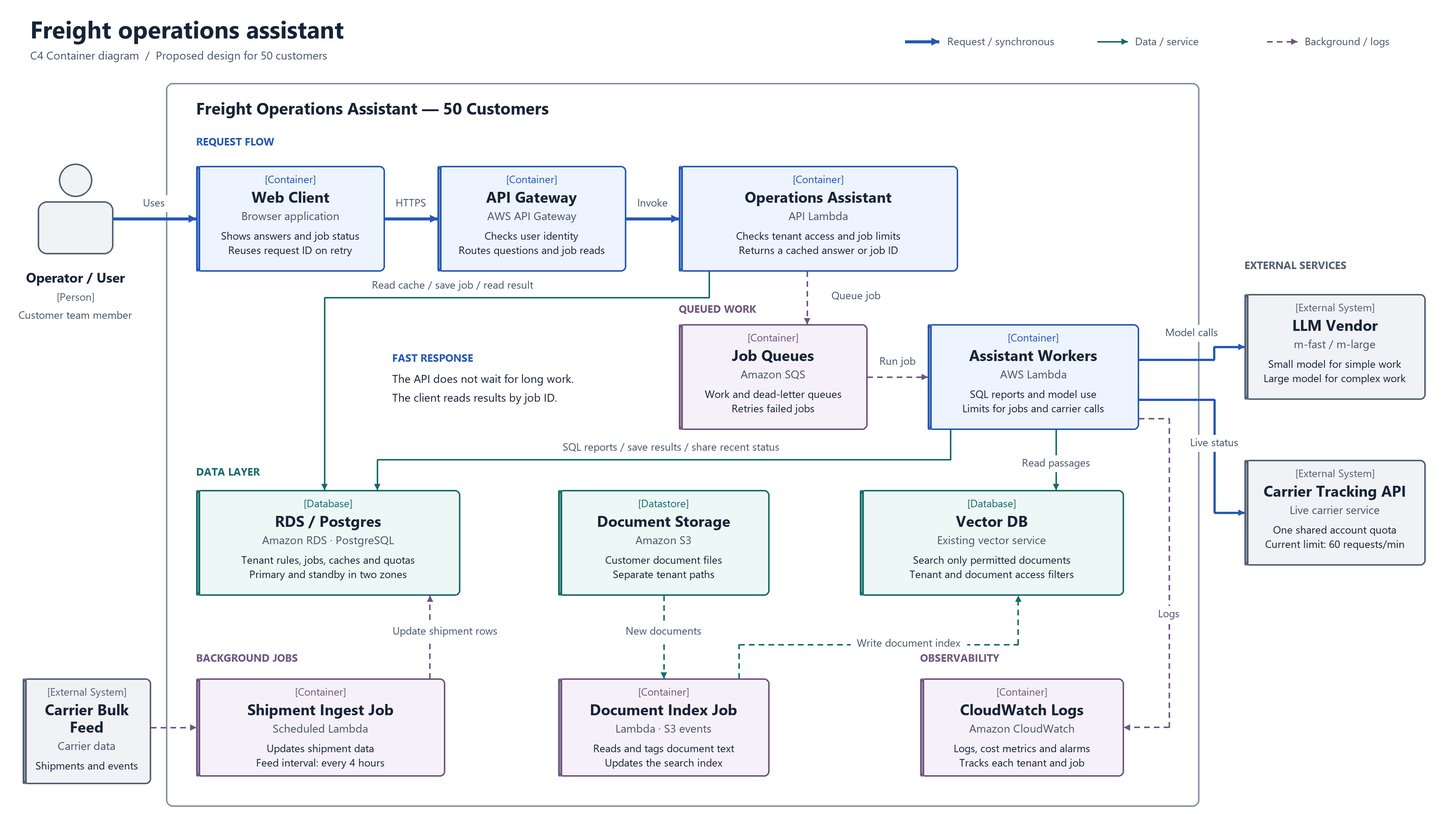
This is poc/architecture-50.png from humandotlearning/fifty-tenants-portcast-senior-mle-assignment, a Mermaid export, as it was before one commit. Its source is kept beside it as poc/architecture-50.mmd. Its diagram source:
```mermaid
C4Container
    title Freight operations assistant — Proposed design for 50 customers
    Person(operator, "Operator / User", "Customer team member")

    System_Boundary(system, "Freight Operations Assistant — 50 Customers") {
        Container(web, "Web Client", "Browser application", "Shows answers and job status; reuses request ID on retry")
        Container(gateway, "API Gateway", "AWS API Gateway", "Checks user identity; routes questions and job reads")
        Container(api, "Operations Assistant", "API Lambda", "Checks tenant access and job limits; returns answer or job ID")
        Container(queue, "Job Queues", "Amazon SQS", "Work queue and dead-letter queue; retries failed jobs")
        Container(worker, "Assistant Workers", "AWS Lambda", "SQL reports and model use; limits for jobs and carrier calls")
        ContainerDb(postgres, "RDS / Postgres", "Amazon RDS / PostgreSQL", "Tenant rules, jobs, caches and quotas; primary and standby in two zones")
        ContainerDb(s3, "Document Storage", "Amazon S3", "Customer document files; separate tenant paths")
        ContainerDb(vector, "Vector DB", "Existing vector service", "Search only permitted documents; tenant and document access filters")
        Container(ingest, "Shipment Ingest Job", "Scheduled Lambda", "Updates shipment data; feed interval every 4 hours")
        Container(indexer, "Document Index Job", "Lambda / S3 events", "Reads and tags document text; updates the search index")
        Container(logs, "CloudWatch Logs", "Amazon CloudWatch", "Logs, cost metrics and alarms; tracks each tenant and job")
    }

    System_Ext(llm, "LLM Vendor", "m-fast for simple work; m-large for complex work")
    System_Ext(carrier, "Carrier Tracking API", "One shared account quota; current limit 60 requests/minute")
    System_Ext(feed, "Carrier Bulk Feed", "Shipment and event data")

    Rel_R(operator, web, "Uses")
    Rel_R(web, gateway, "Questions and job reads", "HTTPS")
    Rel_R(gateway, api, "Invoke with user identity")
    Rel_D(api, postgres, "Read cache; save job; read result", "SQL")
    Rel_D(api, queue, "Queue job")
    Rel_R(queue, worker, "Run job")
    Rel_R(worker, llm, "Model calls", "Vendor SDK")
    Rel_R(worker, carrier, "Live status within the account quota", "HTTPS")
    Rel_D(worker, postgres, "SQL reports; save results; share recent status", "SQL")
    Rel_D(worker, vector, "Read permitted passages")
    Rel_R(feed, ingest, "Bulk shipment data")
    Rel_U(ingest, postgres, "Update shipment rows", "SQL")
    Rel_D(s3, indexer, "New documents")
    Rel_U(indexer, vector, "Write document index")
    Rel_D(worker, logs, "Job logs, metrics and alarms")

    UpdateElementStyle(operator, $bgColor="#f0f2f5", $fontColor="#172337", $borderColor="#526070")
    UpdateElementStyle(web, $bgColor="#edf3ff", $fontColor="#172337", $borderColor="#2458b5")
    UpdateElementStyle(gateway, $bgColor="#edf3ff", $fontColor="#172337", $borderColor="#2458b5")
    UpdateElementStyle(api, $bgColor="#edf3ff", $fontColor="#172337", $borderColor="#2458b5")
    UpdateElementStyle(worker, $bgColor="#edf3ff", $fontColor="#172337", $borderColor="#2458b5")
    UpdateElementStyle(postgres, $bgColor="#edf8f6", $fontColor="#172337", $borderColor="#166b69")
    UpdateElementStyle(s3, $bgColor="#edf8f6", $fontColor="#172337", $borderColor="#166b69")
    UpdateElementStyle(vector, $bgColor="#edf8f6", $fontColor="#172337", $borderColor="#166b69")
    UpdateElementStyle(queue, $bgColor="#f6f1f8", $fontColor="#172337", $borderColor="#705580")
    UpdateElementStyle(ingest, $bgColor="#f6f1f8", $fontColor="#172337", $borderColor="#705580")
    UpdateElementStyle(indexer, $bgColor="#f6f1f8", $fontColor="#172337", $borderColor="#705580")
    UpdateElementStyle(logs, $bgColor="#f6f1f8", $fontColor="#172337", $borderColor="#705580")
    UpdateElementStyle(llm, $bgColor="#f0f2f5", $fontColor="#172337", $borderColor="#526070")
    UpdateElementStyle(carrier, $bgColor="#f0f2f5", $fontColor="#172337", $borderColor="#526070")
    UpdateElementStyle(feed, $bgColor="#f0f2f5", $fontColor="#172337", $borderColor="#526070")
```
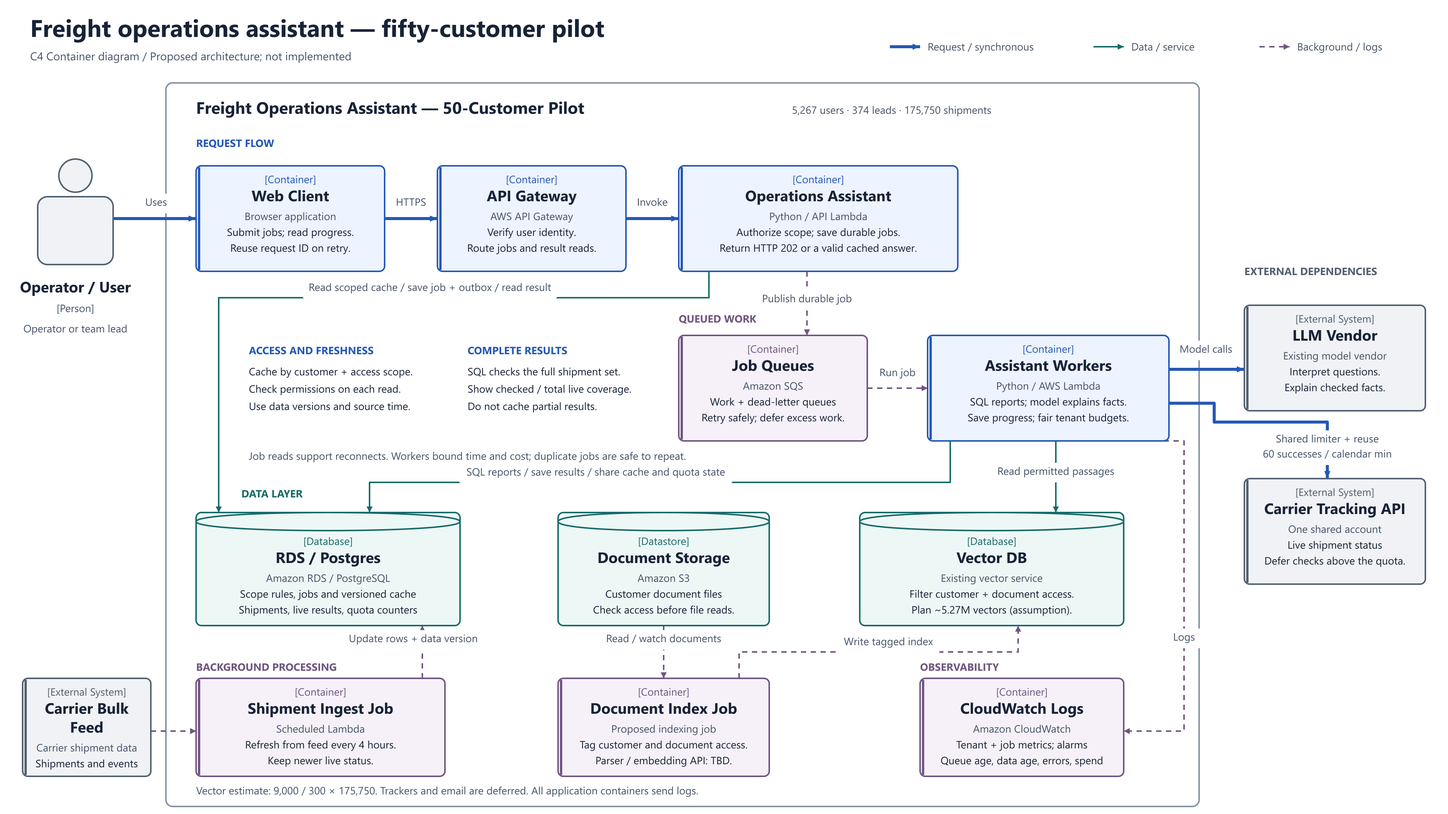
After the change.

The edit, as a diff of the source:
```diff
@@ -1,40 +1,41 @@
 C4Container
-    title Freight operations assistant — Proposed design for 50 customers
-    Person(operator, "Operator / User", "Customer team member")
+    title Freight operations assistant — Proposed fifty-customer pilot; not implemented
+    Person(operator, "Operator / User", "Operator or team lead")
 
-    System_Boundary(system, "Freight Operations Assistant — 50 Customers") {
-        Container(web, "Web Client", "Browser application", "Shows answers and job status; reuses request ID on retry")
-        Container(gateway, "API Gateway", "AWS API Gateway", "Checks user identity; routes questions and job reads")
-        Container(api, "Operations Assistant", "API Lambda", "Checks tenant access and job limits; returns answer or job ID")
-        Container(queue, "Job Queues", "Amazon SQS", "Work queue and dead-letter queue; retries failed jobs")
-        Container(worker, "Assistant Workers", "AWS Lambda", "SQL reports and model use; limits for jobs and carrier calls")
-        ContainerDb(postgres, "RDS / Postgres", "Amazon RDS / PostgreSQL", "Tenant rules, jobs, caches and quotas; primary and standby in two zones")
-        ContainerDb(s3, "Document Storage", "Amazon S3", "Customer document files; separate tenant paths")
-        ContainerDb(vector, "Vector DB", "Existing vector service", "Search only permitted documents; tenant and document access filters")
-        Container(ingest, "Shipment Ingest Job", "Scheduled Lambda", "Updates shipment data; feed interval every 4 hours")
-        Container(indexer, "Document Index Job", "Lambda / S3 events", "Reads and tags document text; updates the search index")
-        Container(logs, "CloudWatch Logs", "Amazon CloudWatch", "Logs, cost metrics and alarms; tracks each tenant and job")
+    System_Boundary(system, "Freight Operations Assistant — 50-Customer Pilot") {
+        Container(web, "Web Client", "Browser application", "Submits jobs and reads progress; reuses request ID on retry")
+        Container(gateway, "API Gateway", "AWS API Gateway", "Verifies user identity; routes jobs and result reads")
+        Container(api, "Operations Assistant", "Python / API Lambda", "Authorizes scope; saves durable jobs; returns HTTP 202 or a valid cached answer")
+        Container(queue, "Job Queues", "Amazon SQS", "Work and dead-letter queues; safe retries and deferred work")
+        Container(worker, "Assistant Workers", "Python / AWS Lambda", "Computes full SQL reports; model explains facts; saves progress and applies fair budgets")
+        ContainerDb(postgres, "RDS / Postgres", "Amazon RDS / PostgreSQL", "Scope rules, jobs, versioned cache, shipments, live results and shared quota counters")
+        ContainerDb(s3, "Document Storage", "Amazon S3", "Customer document files; access checks before file reads")
+        ContainerDb(vector, "Vector DB", "Existing vector service", "Customer and document access filters; capacity plan about 5.27M vectors, assuming pilot ratio")
+        Container(ingest, "Shipment Ingest Job", "Scheduled Lambda", "Refreshes from feed every 4 hours; preserves newer live status")
+        Container(indexer, "Document Index Job", "Proposed indexing job", "Tags customer and document access; parser and embedding API unspecified")
+        Container(logs, "CloudWatch Logs", "Amazon CloudWatch", "Tenant and job metrics; queue age, data age, errors, spend and alarms")
     }
 
-    System_Ext(llm, "LLM Vendor", "m-fast for simple work; m-large for complex work")
-    System_Ext(carrier, "Carrier Tracking API", "One shared account quota; current limit 60 requests/minute")
+    System_Ext(llm, "LLM Vendor", "Existing model vendor; interprets questions and explains checked facts")
+    System_Ext(carrier, "Carrier Tracking API", "One shared account; 60 successful calls per calendar minute")
     System_Ext(feed, "Carrier Bulk Feed", "Shipment and event data")
 
     Rel_R(operator, web, "Uses")
-    Rel_R(web, gateway, "Questions and job reads", "HTTPS")
+    Rel_R(web, gateway, "Questions, progress and result reads", "HTTPS")
     Rel_R(gateway, api, "Invoke with user identity")
-    Rel_D(api, postgres, "Read cache; save job; read result", "SQL")
-    Rel_D(api, queue, "Queue job")
+    Rel_D(api, postgres, "Read scoped cache; save job and outbox; read result", "SQL")
+    Rel_D(api, queue, "Publish durable job; retry pending outbox rows")
     Rel_R(queue, worker, "Run job")
     Rel_R(worker, llm, "Model calls", "Vendor SDK")
-    Rel_R(worker, carrier, "Live status within the account quota", "HTTPS")
-    Rel_D(worker, postgres, "SQL reports; save results; share recent status", "SQL")
+    Rel_R(worker, carrier, "Shared limiter and reuse; defer checks above the quota", "HTTPS")
+    Rel_D(worker, postgres, "SQL reports; save results; share cache and quota state", "SQL")
     Rel_D(worker, vector, "Read permitted passages")
     Rel_R(feed, ingest, "Bulk shipment data")
-    Rel_U(ingest, postgres, "Update shipment rows", "SQL")
-    Rel_D(s3, indexer, "New documents")
-    Rel_U(indexer, vector, "Write document index")
+    Rel_U(ingest, postgres, "Update rows and data version; preserve newer live status", "SQL")
+    Rel_D(s3, indexer, "Read and watch documents")
+    Rel_U(indexer, vector, "Write index with customer and document access tags")
     Rel_D(worker, logs, "Job logs, metrics and alarms")
+
 
     UpdateElementStyle(operator, $bgColor="#f0f2f5", $fontColor="#172337", $borderColor="#526070")
     UpdateElementStyle(web, $bgColor="#edf3ff", $fontColor="#172337", $borderColor="#2458b5")
```
